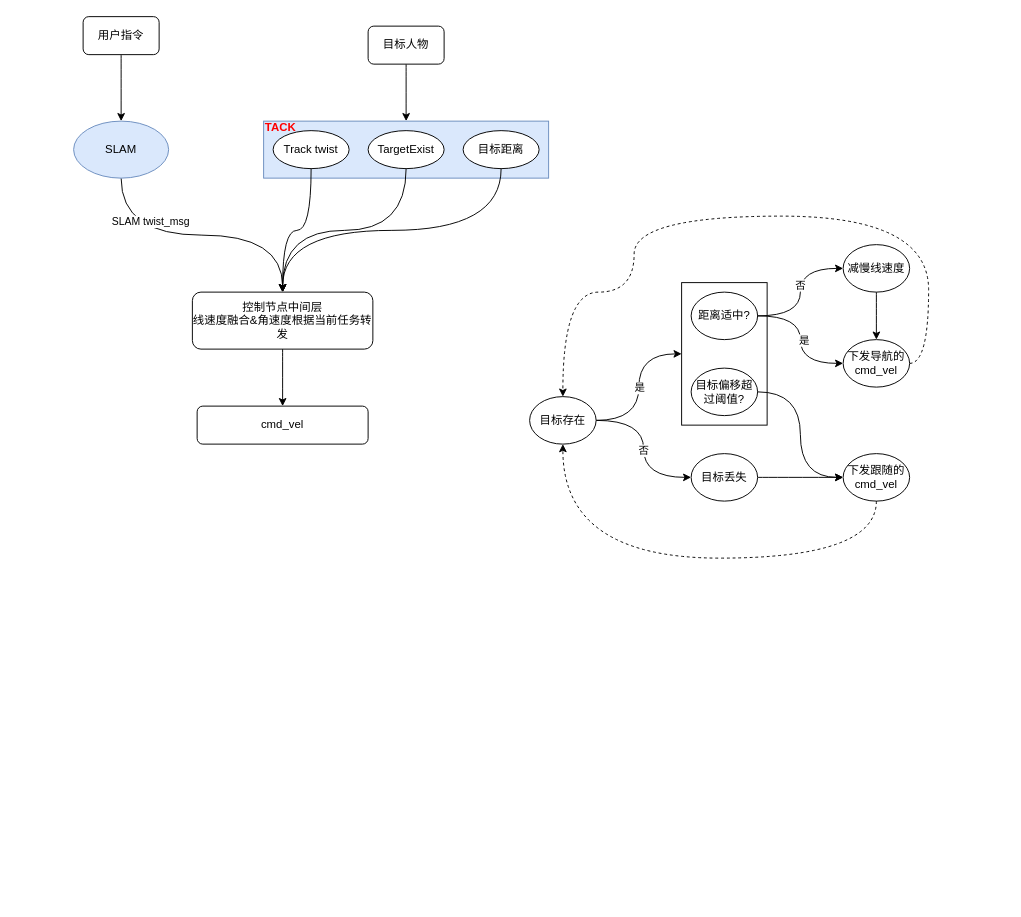
This is WorkSpace/跟随&导航状态机想法.drawio from mailonghua/drawio, a draw.io file, before an edit. Source tidied: cells renumbered, new cells numbered last; positions are measured from the earlier drawing's top-left corner, leaving out a move shared by most shapes. Both pictures are drawn from the tidied source at 95%, with x=0, y=0 at pixel (73, 16).
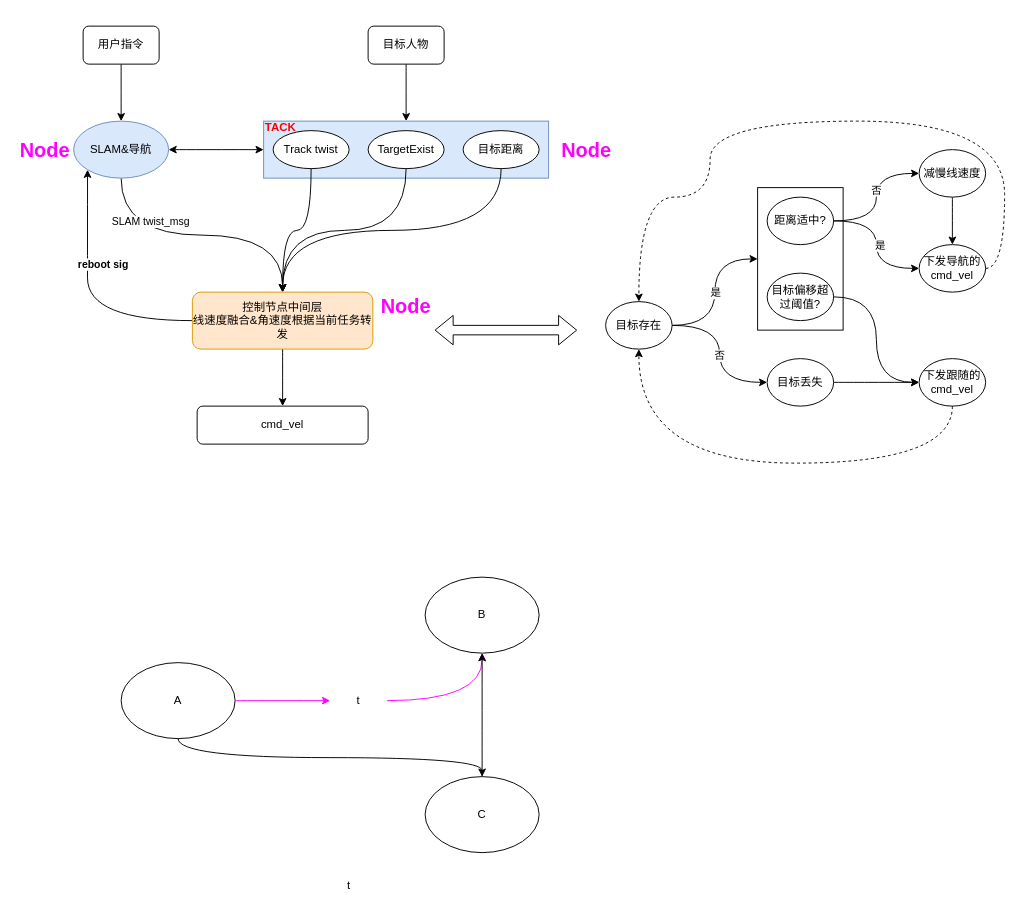
The same diagram, later.

Commit message:
更新跟随&导航状态机想法.drawio

The change refers to these unchanged cells:
```xml
<mxCell id="28" style="rounded=0;whiteSpace=wrap;html=1;fillColor=#dae8fc;strokeColor=#6c8ebf;" parent="27" vertex="1">
  <mxGeometry width="300" height="60" as="geometry" />
</mxCell>
```

What changed in the source:
```diff
@@
     <mxCell id="2" style="group;" parent="1" vertex="1">
-      <mxGeometry x="640" y="280" width="90" height="150" as="geometry" />
+      <mxGeometry x="720" y="180" width="90" height="150" as="geometry" />
     </mxCell>
@@
+    <mxCell id="43" style="edgeStyle=orthogonalEdgeStyle;curved=1;rounded=0;jettySize=auto;html=1;exitX=0;exitY=0.5;exitDx=0;exitDy=0;entryX=0;entryY=1;entryDx=0;entryDy=0;" parent="1" edge="1" source="8" target="11">
+      <mxGeometry relative="1" as="geometry" />
+    </mxCell>
+    <mxCell id="44" value="reboot sig" style="edgeLabel;html=1;align=center;verticalAlign=middle;fontStyle=1;" parent="43" vertex="1">
+      <mxGeometry x="0.26" y="-16" relative="1" as="geometry" />
+    </mxCell>
-    <mxCell id="8" value="控制节点中间层&lt;div&gt;线速度融合&amp;amp;角速度根据当前任务转发&lt;/div&gt;" style="rounded=1;whiteSpace=wrap;html=1;" parent="1" vertex="1">
+    <mxCell id="8" value="控制节点中间层&lt;div&gt;线速度融合&amp;amp;角速度根据当前任务转发&lt;/div&gt;" style="rounded=1;whiteSpace=wrap;html=1;fillColor=#ffe6cc;strokeColor=#d79b00;" parent="1" vertex="1">
       <mxGeometry x="125" y="290" width="190" height="60" as="geometry" />
     </mxCell>
@@
+    <mxCell id="45" style="edgeStyle=orthogonalEdgeStyle;curved=1;rounded=0;jettySize=auto;html=1;exitX=1;exitY=0.5;exitDx=0;exitDy=0;entryX=0;entryY=0.5;entryDx=0;entryDy=0;startArrow=classic;startFill=1;" parent="1" edge="1" source="11" target="28">
+      <mxGeometry relative="1" as="geometry" />
+    </mxCell>
-    <mxCell id="11" value="SLAM" style="ellipse;whiteSpace=wrap;html=1;fillColor=#dae8fc;strokeColor=#6c8ebf;" parent="1" vertex="1">
+    <mxCell id="11" value="SLAM&amp;amp;导航" style="ellipse;whiteSpace=wrap;html=1;fillColor=#dae8fc;strokeColor=#6c8ebf;" parent="1" vertex="1">
       <mxGeometry y="110" width="100" height="60" as="geometry" />
     </mxCell>
@@
     <mxCell id="13" value="用户指令" style="rounded=1;whiteSpace=wrap;html=1;" parent="1" vertex="1">
-      <mxGeometry x="10" width="80" height="40" as="geometry" />
+      <mxGeometry x="10" y="10" width="80" height="40" as="geometry" />
     </mxCell>
@@
     <mxCell id="20" value="目标存在" style="ellipse;whiteSpace=wrap;html=1;" parent="1" vertex="1">
-      <mxGeometry x="480" y="400" width="70" height="50" as="geometry" />
+      <mxGeometry x="560" y="300" width="70" height="50" as="geometry" />
     </mxCell>
@@
     <mxCell id="25" style="edgeStyle=orthogonalEdgeStyle;curved=1;rounded=0;jettySize=auto;html=1;exitX=1;exitY=0.5;exitDx=0;exitDy=0;entryX=0.5;entryY=0;entryDx=0;entryDy=0;dashed=1;" parent="1" edge="1" source="26" target="20">
       <mxGeometry relative="1" as="geometry">
         <Array as="points">
-          <mxPoint x="900" y="365" />
-          <mxPoint x="900" y="210" />
-          <mxPoint x="590" y="210" />
-          <mxPoint x="590" y="290" />
-          <mxPoint x="515" y="290" />
+          <mxPoint x="980" y="265" />
+          <mxPoint x="980" y="110" />
+          <mxPoint x="670" y="110" />
+          <mxPoint x="670" y="190" />
+          <mxPoint x="595" y="190" />
         </Array>
       </mxGeometry>
     </mxCell>
     <mxCell id="26" value="下发导航的cmd_vel" style="ellipse;whiteSpace=wrap;html=1;" parent="1" vertex="1">
-      <mxGeometry x="810" y="340" width="70" height="50" as="geometry" />
+      <mxGeometry x="890" y="240" width="70" height="50" as="geometry" />
     </mxCell>
@@
     <mxCell id="37" value="减慢线速度" style="ellipse;whiteSpace=wrap;html=1;" parent="1" vertex="1">
-      <mxGeometry x="810" y="240" width="70" height="50" as="geometry" />
+      <mxGeometry x="890" y="140" width="70" height="50" as="geometry" />
     </mxCell>
     <mxCell id="38" style="edgeStyle=orthogonalEdgeStyle;curved=1;rounded=0;jettySize=auto;html=1;exitX=0.5;exitY=1;exitDx=0;exitDy=0;entryX=0.5;entryY=1;entryDx=0;entryDy=0;dashed=1;" parent="1" edge="1" source="39" target="20">
       <mxGeometry relative="1" as="geometry">
         <Array as="points">
-          <mxPoint x="845" y="570" />
-          <mxPoint x="515" y="570" />
+          <mxPoint x="925" y="470" />
+          <mxPoint x="595" y="470" />
         </Array>
       </mxGeometry>
     </mxCell>
     <mxCell id="39" value="下发跟随的cmd_vel" style="ellipse;whiteSpace=wrap;html=1;" parent="1" vertex="1">
-      <mxGeometry x="810" y="460" width="70" height="50" as="geometry" />
+      <mxGeometry x="890" y="360" width="70" height="50" as="geometry" />
     </mxCell>
@@
     <mxCell id="42" value="目标丢失" style="ellipse;whiteSpace=wrap;html=1;" parent="1" vertex="1">
-      <mxGeometry x="650" y="460" width="70" height="50" as="geometry" />
+      <mxGeometry x="730" y="360" width="70" height="50" as="geometry" />
     </mxCell>
+    <mxCell id="46" style="edgeStyle=orthogonalEdgeStyle;curved=1;rounded=0;jettySize=auto;html=1;exitX=0.5;exitY=1;exitDx=0;exitDy=0;entryX=0.5;entryY=0;entryDx=0;entryDy=0;" parent="1" edge="1" source="48" target="51">
+      <mxGeometry relative="1" as="geometry" />
+    </mxCell>
+    <mxCell id="47" style="edgeStyle=orthogonalEdgeStyle;curved=1;rounded=0;jettySize=auto;html=1;exitX=1;exitY=0.5;exitDx=0;exitDy=0;strokeColor=#FF00FF;" parent="1" edge="1" source="53">
+      <mxGeometry relative="1" as="geometry">
+        <mxPoint x="430" y="670" as="targetPoint" />
+      </mxGeometry>
+    </mxCell>
+    <mxCell id="48" value="A" style="ellipse;whiteSpace=wrap;html=1;" parent="1" vertex="1">
+      <mxGeometry x="50" y="680" width="120" height="80" as="geometry" />
+    </mxCell>
+    <mxCell id="49" value="B" style="ellipse;whiteSpace=wrap;html=1;" parent="1" vertex="1">
+      <mxGeometry x="370" y="590" width="120" height="80" as="geometry" />
+    </mxCell>
+    <mxCell id="50" style="edgeStyle=orthogonalEdgeStyle;curved=1;rounded=0;jettySize=auto;html=1;exitX=0.5;exitY=0;exitDx=0;exitDy=0;entryX=0.5;entryY=1;entryDx=0;entryDy=0;" parent="1" edge="1" source="51" target="49">
+      <mxGeometry relative="1" as="geometry" />
+    </mxCell>
+    <mxCell id="51" value="C" style="ellipse;whiteSpace=wrap;html=1;" parent="1" vertex="1">
+      <mxGeometry x="370" y="800" width="120" height="80" as="geometry" />
+    </mxCell>
+    <mxCell id="52" style="edgeStyle=orthogonalEdgeStyle;curved=1;rounded=0;jettySize=auto;html=1;exitX=1;exitY=0.5;exitDx=0;exitDy=0;strokeColor=#FF00FF;" parent="1" edge="1" source="48" target="53">
+      <mxGeometry relative="1" as="geometry" />
+    </mxCell>
+    <mxCell id="53" value="t" style="text;strokeColor=none;align=center;fillColor=none;html=1;verticalAlign=middle;whiteSpace=wrap;rounded=0;" parent="1" vertex="1">
+      <mxGeometry x="270" y="705" width="60" height="30" as="geometry" />
+    </mxCell>
+    <mxCell id="54" value="t" style="text;strokeColor=none;align=center;fillColor=none;html=1;verticalAlign=middle;whiteSpace=wrap;rounded=0;" parent="1" vertex="1">
+      <mxGeometry x="260" y="900" width="60" height="30" as="geometry" />
+    </mxCell>
+    <mxCell id="55" value="Node" style="text;strokeColor=none;align=center;fillColor=none;html=1;verticalAlign=middle;whiteSpace=wrap;rounded=0;fontStyle=1;fontColor=#FF00FF;fontSize=21;rotation=0;" parent="1" vertex="1">
+      <mxGeometry x="510" y="125" width="60" height="30" as="geometry" />
+    </mxCell>
+    <mxCell id="56" value="Node" style="text;strokeColor=none;align=center;fillColor=none;html=1;verticalAlign=middle;whiteSpace=wrap;rounded=0;fontStyle=1;fontColor=#FF00FF;fontSize=21;rotation=0;" parent="1" vertex="1">
+      <mxGeometry x="-60" y="125" width="60" height="30" as="geometry" />
+    </mxCell>
+    <mxCell id="57" value="Node" style="text;strokeColor=none;align=center;fillColor=none;html=1;verticalAlign=middle;whiteSpace=wrap;rounded=0;fontStyle=1;fontColor=#FF00FF;fontSize=21;rotation=0;" parent="1" vertex="1">
+      <mxGeometry x="320" y="290" width="60" height="30" as="geometry" />
+    </mxCell>
+    <mxCell id="58" style="shape=flexArrow;endArrow=classic;startArrow=classic;html=1;rounded=0;curved=1;" parent="1" edge="1">
+      <mxGeometry relative="1" as="geometry">
+        <mxPoint x="380" y="330" as="sourcePoint" />
+        <mxPoint x="530" y="330" as="targetPoint" />
+      </mxGeometry>
+    </mxCell>
```
